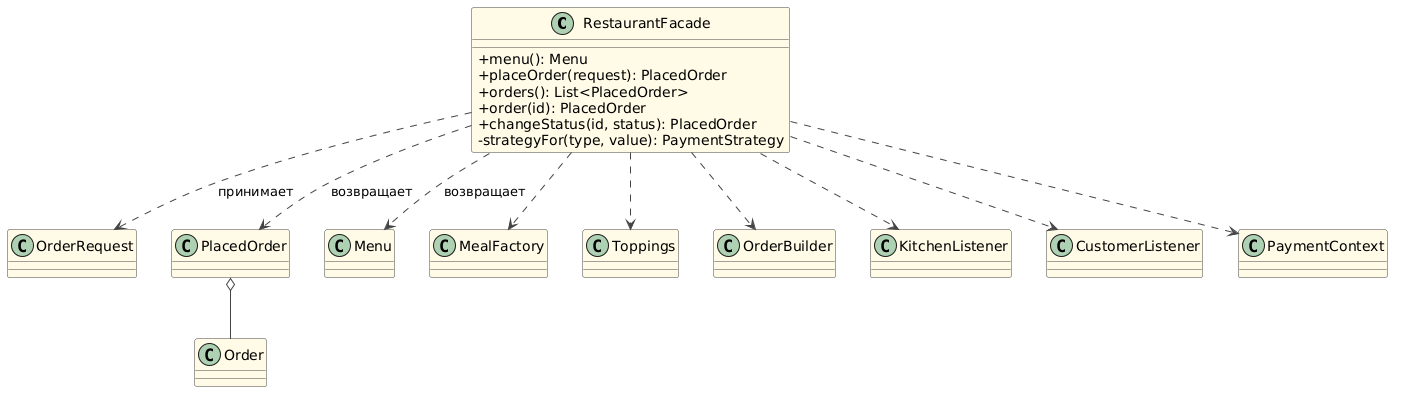
InkarTolegen2/restaurant-ordering-SDP-Final keeps this PlantUML diagram as docs/Strategy-Facade-REST_Api/Facadeuml.png. Above is the earlier version.
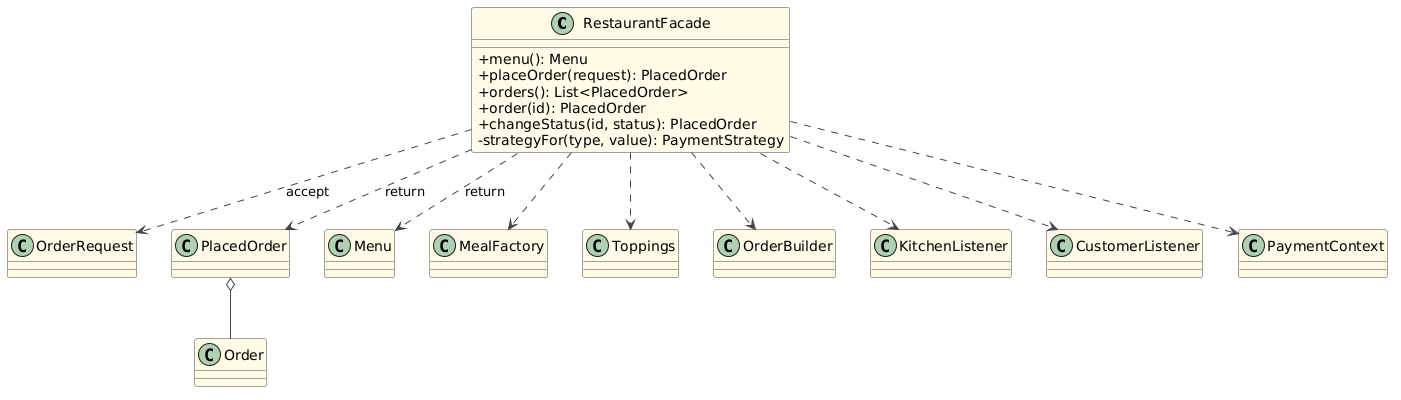
The same diagram one commit later.

Commit message:
Update Facade UML diagram

Change to the diagram source:
```diff
@@ -29,9 +29,9 @@
 class CustomerListener
 class PaymentContext
 
-RestaurantFacade ..> OrderRequest : принимает
-RestaurantFacade ..> PlacedOrder : возвращает
-RestaurantFacade ..> Menu : возвращает
+RestaurantFacade ..> OrderRequest : accept
+RestaurantFacade ..> PlacedOrder : return
+RestaurantFacade ..> Menu : return
 PlacedOrder o-- Order
 
 RestaurantFacade ..> MealFactory
```
